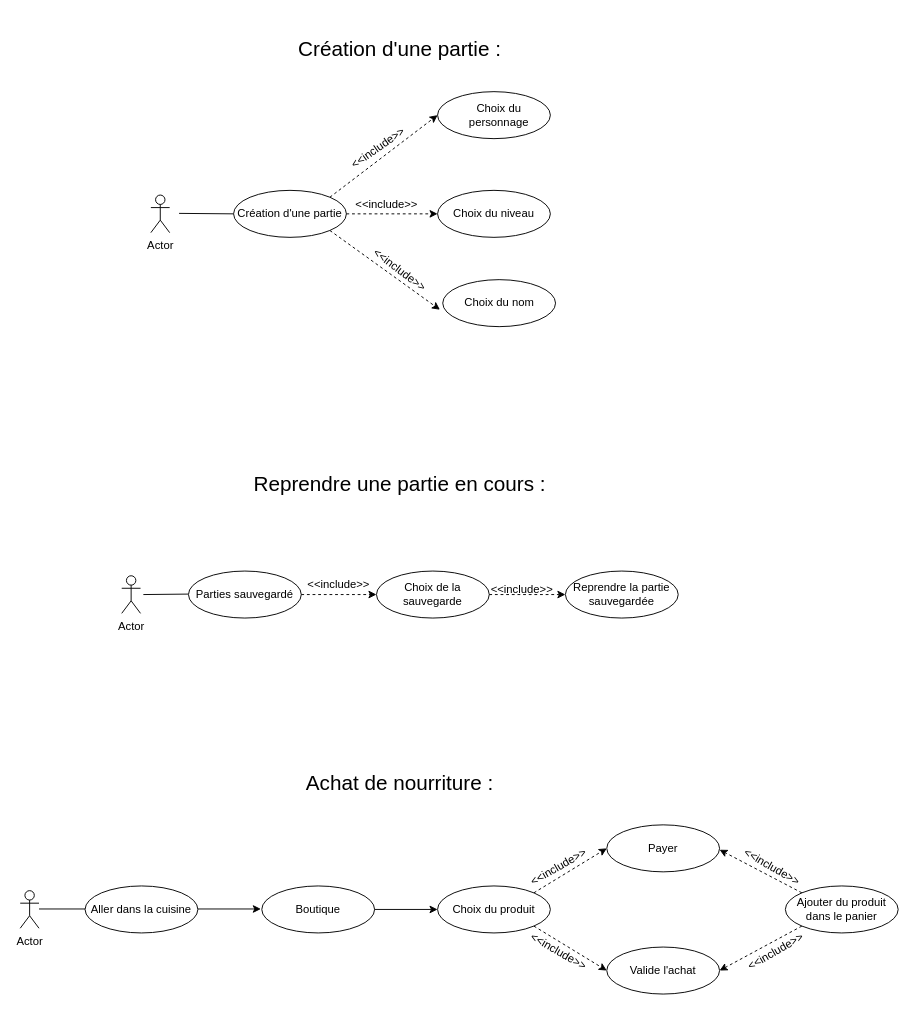
The draw.io diagram page "Page-1" (1 of 2) of DiagramCasUtilisation.drawio in BMaurice56/Tamagotchi, before the edit. Source tidied: cells renumbered, new cells numbered last; positions are measured from the earlier drawing's top-left corner, leaving out a move shared by most shapes. Both pictures are drawn from the tidied source at 94%, with x=0, y=0 at pixel (20, 16).
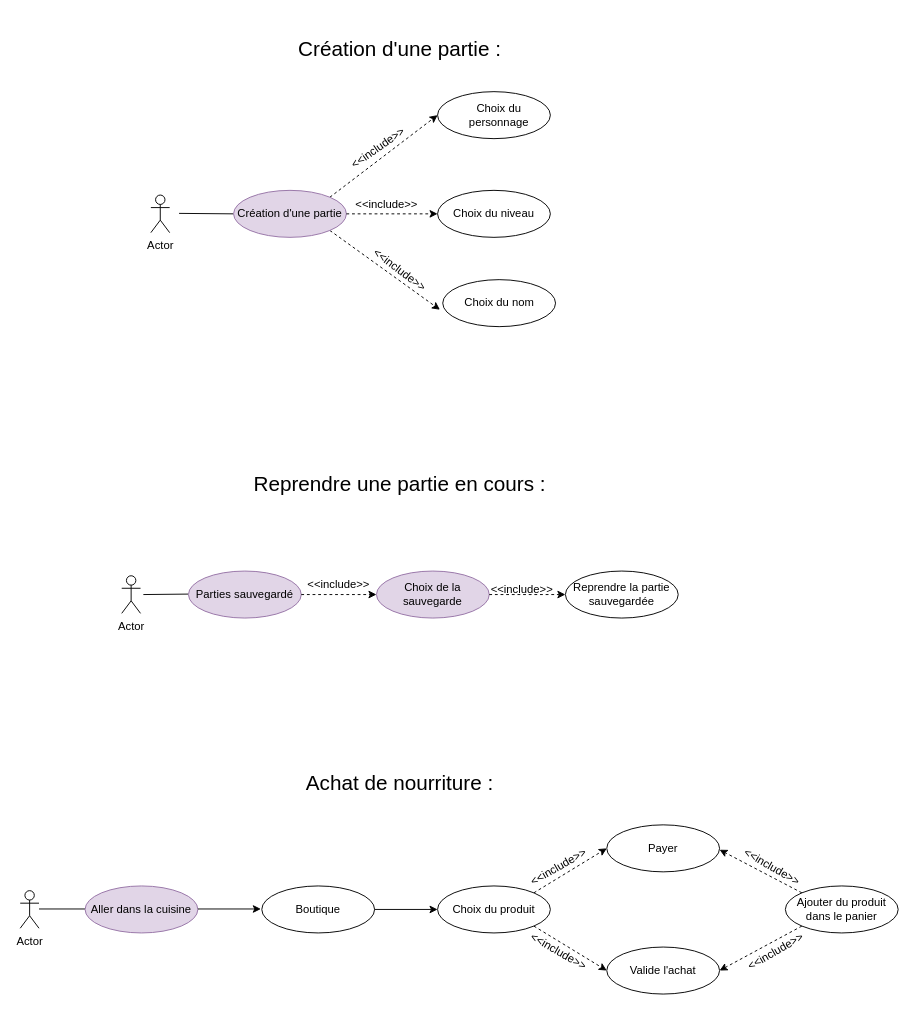
The same page after the edit.

Commit message:
Mettre à jour DiagramCasUtilisation.drawio

What changed in the source:
```diff
@@
-    <mxCell id="11" value="Création d'une partie" style="ellipse;whiteSpace=wrap;html=1;" parent="1" vertex="1">
+    <mxCell id="11" value="Création d'une partie" style="ellipse;whiteSpace=wrap;html=1;fillColor=#e1d5e7;strokeColor=#9673a6;" parent="1" vertex="1">
       <mxGeometry x="227" y="185" width="120" height="50" as="geometry" />
     </mxCell>
@@
-    <mxCell id="16" value="Parties sauvegardé" style="ellipse;whiteSpace=wrap;html=1;" parent="1" vertex="1">
+    <mxCell id="16" value="Parties sauvegardé" style="ellipse;whiteSpace=wrap;html=1;fillColor=#e1d5e7;strokeColor=#9673a6;" parent="1" vertex="1">
       <mxGeometry x="179" y="590" width="120" height="50" as="geometry" />
     </mxCell>
-    <mxCell id="17" value="Choix de la sauvegarde" style="ellipse;whiteSpace=wrap;html=1;" parent="1" vertex="1">
+    <mxCell id="17" value="Choix de la sauvegarde" style="ellipse;whiteSpace=wrap;html=1;fillColor=#e1d5e7;strokeColor=#9673a6;" parent="1" vertex="1">
       <mxGeometry x="379" y="590" width="120" height="50" as="geometry" />
     </mxCell>
@@
-    <mxCell id="43" value="Aller dans la cuisine" style="ellipse;whiteSpace=wrap;html=1;" parent="1" vertex="1">
+    <mxCell id="43" value="Aller dans la cuisine" style="ellipse;whiteSpace=wrap;html=1;fillColor=#e1d5e7;strokeColor=#9673a6;" parent="1" vertex="1">
       <mxGeometry x="69" y="925" width="120" height="50" as="geometry" />
     </mxCell>
```
